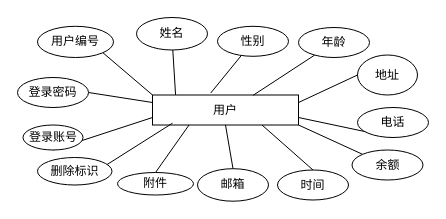
Above: page "用户" (9 of 12) of 羽毛球er.drawio in 194568/test1 (draw.io), before the change. Source tidied: cells renumbered, new cells numbered last; positions are measured from the earlier drawing's top-left corner, leaving out a move shared by most shapes. Both pictures are drawn from the tidied source at 100%, with x=0, y=0 at pixel (17, 17).
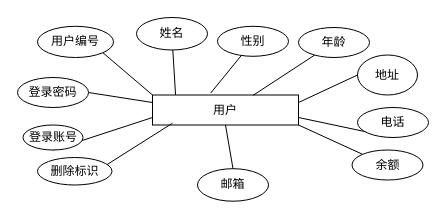
The same page after the edit.

Commit message:
更新羽毛球er.drawio

Unchanged cells that the change refers to:
```xml
<mxCell id="4" value="用户" style="rounded=0;whiteSpace=wrap;html=1;" parent="1" vertex="1">
  <mxGeometry x="135" y="77.5" width="146" height="30" as="geometry" />
</mxCell>
```

What changed in the source:
```diff
@@
-    <mxCell id="2" style="rounded=0;jettySize=auto;html=1;exitX=0.75;exitY=1;exitDx=0;exitDy=0;entryX=0.5;entryY=0;entryDx=0;entryDy=0;endArrow=none;endFill=0;" parent="1" edge="1" source="4" target="27">
-      <mxGeometry relative="1" as="geometry" />
-    </mxCell>
@@
-    <mxCell id="19" style="rounded=0;jettySize=auto;html=1;exitX=0.5;exitY=0;exitDx=0;exitDy=0;entryX=0.25;entryY=1;entryDx=0;entryDy=0;endArrow=none;endFill=0;" parent="1" edge="1" source="20" target="4">
-      <mxGeometry relative="1" as="geometry" />
-    </mxCell>
-    <mxCell id="20" value="附件" style="ellipse;whiteSpace=wrap;html=1;" parent="1" vertex="1">
-      <mxGeometry x="100" y="155" width="76" height="22.5" as="geometry" />
-    </mxCell>
@@
-    <mxCell id="27" value="时间" style="ellipse;whiteSpace=wrap;html=1;" parent="1" vertex="1">
-      <mxGeometry x="260" y="152.5" width="71" height="30" as="geometry" />
-    </mxCell>
```
